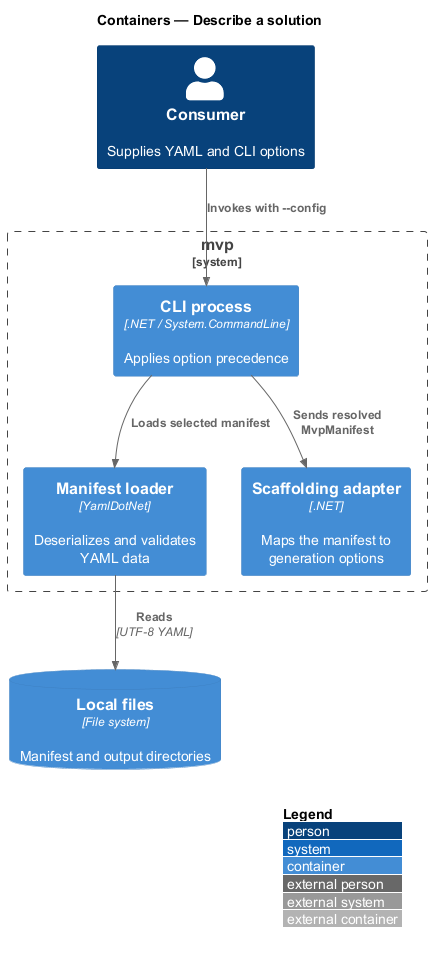
This is docs/detailed-designs/manifest/describe-a-solution/diagrams/c4-container.png from QuinntyneBrown/mvp, a PlantUML export, as it was before one commit. Its diagram source:
```plantuml
@startuml
!include <C4/C4_Container>
LAYOUT_WITH_LEGEND()
title Containers — Describe a solution

Person(consumer, "Consumer", "Supplies YAML and CLI options")
System_Boundary(mvp, "mvp") {
  Container(cli, "CLI process", ".NET / System.CommandLine", "Applies option precedence")
  Container(loader, "Manifest loader", "YamlDotNet", "Deserializes and validates YAML data")
  Container(mapper, "Scaffolding adapter", ".NET", "Maps the manifest to generation options")
}
ContainerDb(files, "Local files", "File system", "Manifest and output directories")

Rel(consumer, cli, "Invokes with --config")
Rel(cli, loader, "Loads selected manifest")
Rel(loader, files, "Reads", "UTF-8 YAML")
Rel(cli, mapper, "Sends resolved MvpManifest")
@enduml
```
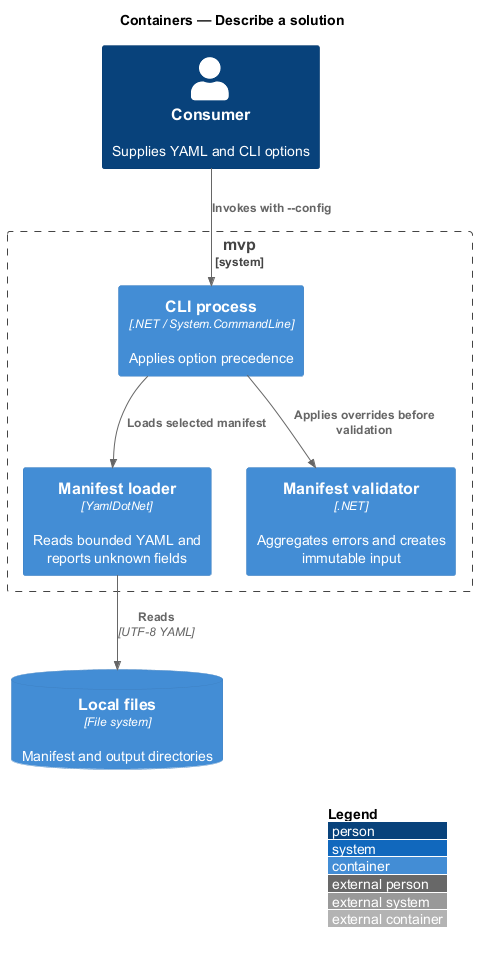
Above is the later version.

The edit, as a diff of the source:
```diff
@@ -6,13 +6,13 @@
 Person(consumer, "Consumer", "Supplies YAML and CLI options")
 System_Boundary(mvp, "mvp") {
   Container(cli, "CLI process", ".NET / System.CommandLine", "Applies option precedence")
-  Container(loader, "Manifest loader", "YamlDotNet", "Deserializes and validates YAML data")
-  Container(mapper, "Scaffolding adapter", ".NET", "Maps the manifest to generation options")
+  Container(loader, "Manifest loader", "YamlDotNet", "Reads bounded YAML and reports unknown fields")
+  Container(validator, "Manifest validator", ".NET", "Aggregates errors and creates immutable input")
 }
 ContainerDb(files, "Local files", "File system", "Manifest and output directories")
 
 Rel(consumer, cli, "Invokes with --config")
 Rel(cli, loader, "Loads selected manifest")
 Rel(loader, files, "Reads", "UTF-8 YAML")
-Rel(cli, mapper, "Sends resolved MvpManifest")
+Rel(cli, validator, "Applies overrides before validation")
 @enduml
```
